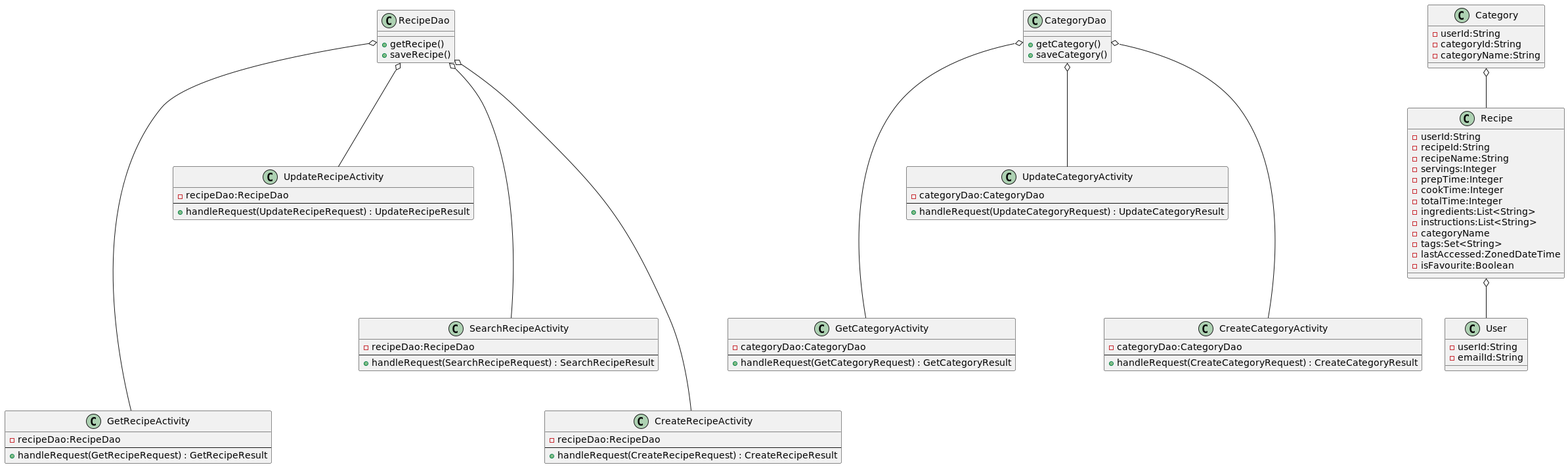
Earlier version of the PlantUML export resources/images/RecipeoUMLClass.png (lafleurss/recipeo).
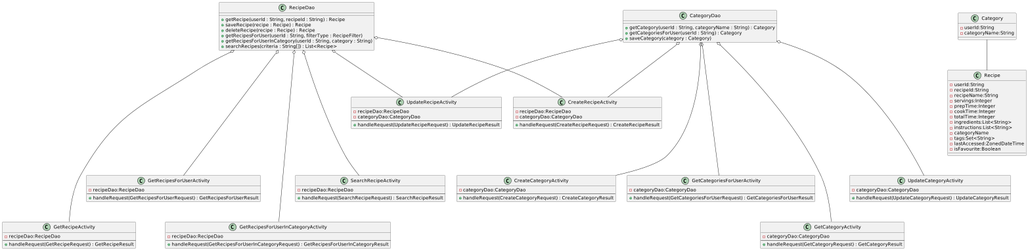
Above is the later version.

Commit message:
clean up uml

Diff of the diagram source:
```diff
@@ -1,20 +1,25 @@
 @startuml
 RecipeDao o---- GetRecipeActivity
+RecipeDao o--- GetRecipesForUserActivity
+RecipeDao o---- GetRecipesForUserInCategoryActivity
 RecipeDao o-- UpdateRecipeActivity
 RecipeDao o--- SearchRecipeActivity
-RecipeDao o---- CreateRecipeActivity
+RecipeDao o-- CreateRecipeActivity
+
+CategoryDao o-- CreateRecipeActivity
+CategoryDao o-- UpdateRecipeActivity
+CategoryDao o---- GetCategoryActivity
+CategoryDao o--- UpdateCategoryActivity
+CategoryDao o--- CreateCategoryActivity
+CategoryDao o--- GetCategoriesForUserActivity
 
 
-CategoryDao o--- GetCategoryActivity
-CategoryDao o-- UpdateCategoryActivity
-CategoryDao o--- CreateCategoryActivity
-
-Recipe o-- User
-Category o-- Recipe
+Category -- Recipe
 
 
 class CreateRecipeActivity{
 - recipeDao:RecipeDao
+- categoryDao:CategoryDao
 --
 + handleRequest(CreateRecipeRequest) : CreateRecipeResult
 }
@@ -25,8 +30,21 @@
 + handleRequest(GetRecipeRequest) : GetRecipeResult
 }
 
+class GetRecipesForUserActivity{
+- recipeDao:RecipeDao
+--
++ handleRequest(GetRecipesForUserRequest) : GetRecipesForUserResult
+}
+
+class GetRecipesForUserInCategoryActivity{
+- recipeDao:RecipeDao
+--
++ handleRequest(GetRecipesForUserInCategoryRequest) : GetRecipesForUserInCategoryResult
+}
+
 class UpdateRecipeActivity{
 - recipeDao:RecipeDao
+- categoryDao:CategoryDao
 --
 + handleRequest(UpdateRecipeRequest) : UpdateRecipeResult
 }
@@ -49,6 +67,12 @@
 + handleRequest(GetCategoryRequest) : GetCategoryResult
 }
 
+class GetCategoriesForUserActivity{
+- categoryDao:CategoryDao
+--
++ handleRequest(GetCategoriesForUserRequest) : GetCategoriesForUserResult
+}
+
 class CreateCategoryActivity{
 - categoryDao:CategoryDao
 --
@@ -57,18 +81,18 @@
 
 
 class RecipeDao{
-+ getRecipe()
-+ saveRecipe()
++ getRecipe(userId : String, recipeId : String) : Recipe
++ saveRecipe(recipe : Recipe) : Recipe
++ deleteRecipe(recipe : Recipe) : Recipe
++ getRecipesForUser(userId : String, filterType : RecipeFilter)
++ getRecipesForUserInCategory(userId : String, category : String)
++ searchRecipes(criteria : String[]) : List<Recipe>
 }
 
 class CategoryDao{
-+ getCategory()
-+ saveCategory()
-}
-
-class User {
-- userId:String
-- emailId:String
++ getCategory(userId : String, categoryName : String) : Category
++ getCategoriesForUser(userId : String) : Category
++ saveCategory(category : Category)
 }
 
 
@@ -90,7 +114,6 @@
 
 class Category {
 - userId:String
-- categoryId:String
 - categoryName:String
 }
 
```
